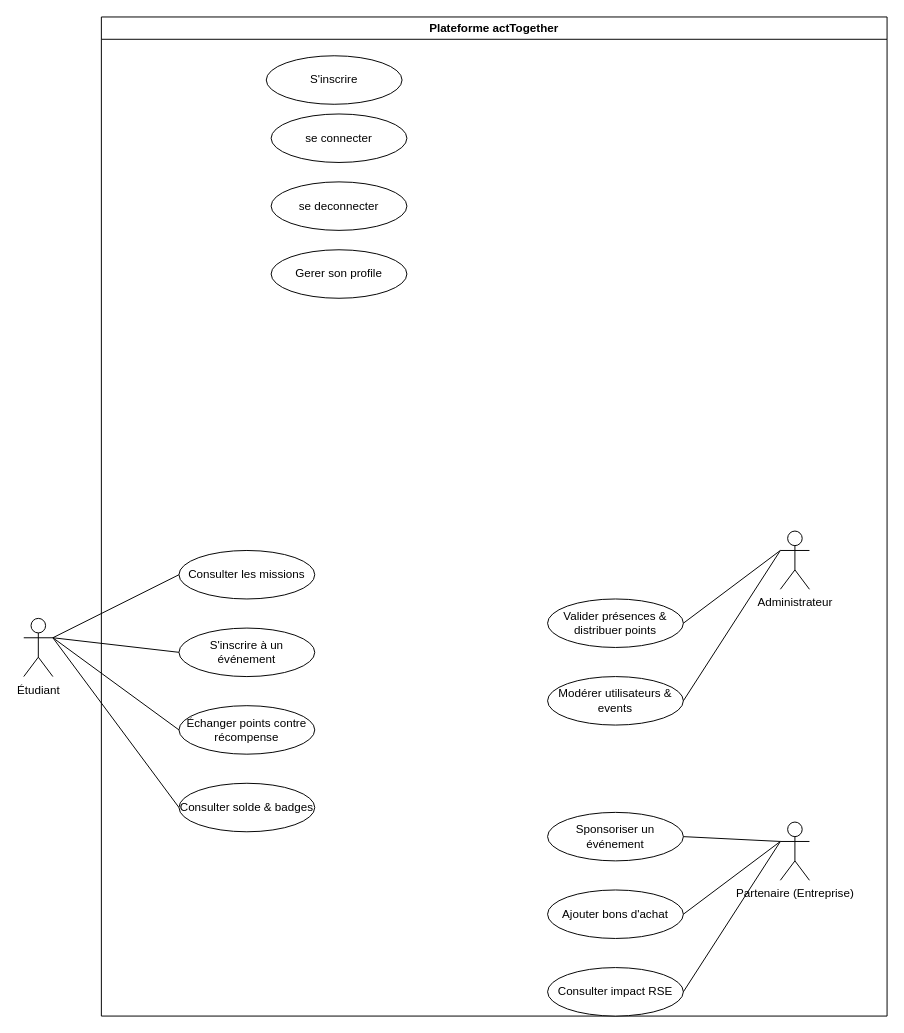
This is Diagrammes/UseCase.drawio from 10LOKI/PFA, a draw.io file, before an edit. Source tidied: cells renumbered, new cells numbered last; positions are measured from the earlier drawing's top-left corner, leaving out a move shared by most shapes. Both pictures are drawn from the tidied source at 97%, with x=0, y=0 at pixel (23, 16).
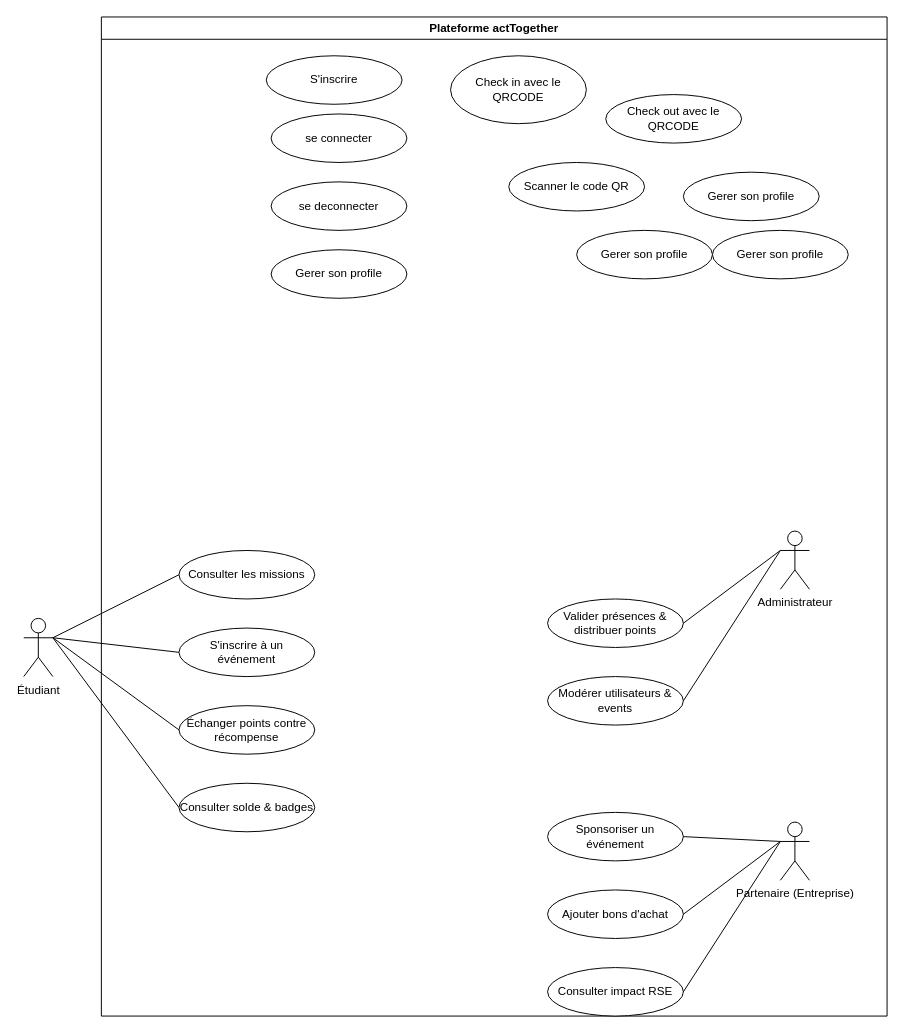
After the change.

Unchanged cells that the change refers to:
```xml
<mxCell id="2" value="Plateforme actTogether" style="swimlane;whiteSpace=wrap;html=1;startSize=23;" parent="1" vertex="1">
  <mxGeometry x="80" width="810" height="1030" as="geometry" />
</mxCell>
```

Diff of the diagram source:
```diff
@@
+    <mxCell id="28" value="Check in avec le QRCODE" style="ellipse;whiteSpace=wrap;html=1;" parent="2" vertex="1">
+      <mxGeometry x="360" y="40" width="140" height="70" as="geometry" />
+    </mxCell>
+    <mxCell id="29" value="Check out avec le QRCODE" style="ellipse;whiteSpace=wrap;html=1;" parent="2" vertex="1">
+      <mxGeometry x="520" y="80" width="140" height="50" as="geometry" />
+    </mxCell>
+    <mxCell id="30" value="Gerer son profile" style="ellipse;whiteSpace=wrap;html=1;" parent="2" vertex="1">
+      <mxGeometry x="600" y="160" width="140" height="50" as="geometry" />
+    </mxCell>
+    <mxCell id="31" value="Gerer son profile" style="ellipse;whiteSpace=wrap;html=1;" parent="2" vertex="1">
+      <mxGeometry x="630" y="220" width="140" height="50" as="geometry" />
+    </mxCell>
+    <mxCell id="32" value="Gerer son profile" style="ellipse;whiteSpace=wrap;html=1;" parent="2" vertex="1">
+      <mxGeometry x="490" y="220" width="140" height="50" as="geometry" />
+    </mxCell>
+    <mxCell id="33" value="Scanner le code QR" style="ellipse;whiteSpace=wrap;html=1;" parent="2" vertex="1">
+      <mxGeometry x="420" y="150" width="140" height="50" as="geometry" />
+    </mxCell>
```
